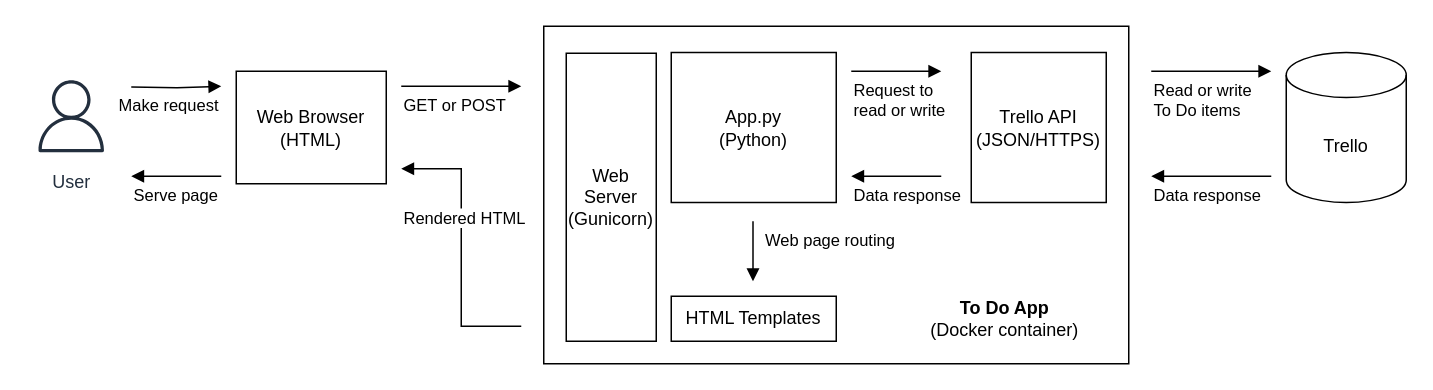
The draw.io diagram Container Diagram.drawio in ma7nas/DevOps-Course-Starter, before the edit. Source tidied: cells renumbered, new cells numbered last; positions are measured from the earlier drawing's top-left corner, leaving out a move shared by most shapes. Both pictures are drawn from the tidied source at 150%, with x=0, y=0 at pixel (26, 26).
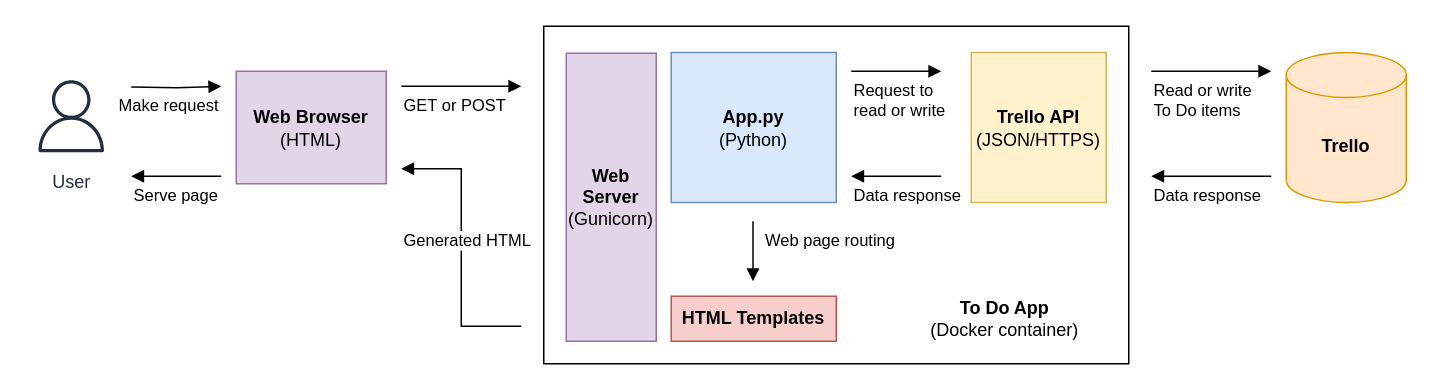
The same diagram, later.

Diff of the diagram source:
```diff
@@
-    <mxCell id="5" value="Trello" style="shape=cylinder3;whiteSpace=wrap;html=1;boundedLbl=1;backgroundOutline=1;size=15;" parent="1" vertex="1">
+    <mxCell id="5" value="&lt;b&gt;Trello&lt;/b&gt;" style="shape=cylinder3;whiteSpace=wrap;html=1;boundedLbl=1;backgroundOutline=1;size=15;fillColor=#ffe6cc;strokeColor=#d79b00;" parent="1" vertex="1">
       <mxGeometry x="840" y="17.5" width="80" height="100" as="geometry" />
     </mxCell>
-    <mxCell id="6" value="Web Browser (HTML)" style="rounded=0;whiteSpace=wrap;html=1;" parent="1" vertex="1">
+    <mxCell id="6" value="&lt;b&gt;Web Browser &lt;/b&gt;(HTML)" style="rounded=0;whiteSpace=wrap;html=1;fillColor=#e1d5e7;strokeColor=#9673a6;" parent="1" vertex="1">
       <mxGeometry x="140" y="30" width="100" height="75" as="geometry" />
     </mxCell>
@@
-    <mxCell id="8" value="Rendered HTML" style="endArrow=block;endFill=1;html=1;edgeStyle=orthogonalEdgeStyle;align=left;verticalAlign=top;rounded=0;" parent="1" edge="1">
-      <mxGeometry x="1" y="20" relative="1" as="geometry">
+    <mxCell id="8" value="Generated HTML" style="endArrow=block;endFill=1;html=1;edgeStyle=orthogonalEdgeStyle;align=left;verticalAlign=top;rounded=0;" parent="1" edge="1">
+      <mxGeometry x="1" y="35" relative="1" as="geometry">
         <mxPoint x="330" y="200" as="sourcePoint" />
         <mxPoint x="250" y="95" as="targetPoint" />
         <Array as="points">
           <mxPoint x="290" y="200" />
           <mxPoint x="290" y="95" />
         </Array>
       </mxGeometry>
     </mxCell>
@@
-    <mxCell id="11" value="HTML Templates" style="rounded=0;whiteSpace=wrap;html=1;" parent="1" vertex="1">
+    <mxCell id="11" value="&lt;b&gt;HTML Templates&lt;/b&gt;" style="rounded=0;whiteSpace=wrap;html=1;fillColor=#f8cecc;strokeColor=#b85450;" parent="1" vertex="1">
       <mxGeometry x="430" y="180" width="110" height="30" as="geometry" />
     </mxCell>
-    <mxCell id="12" value="Trello API&lt;br&gt;(JSON/HTTPS)" style="rounded=0;whiteSpace=wrap;html=1;" parent="1" vertex="1">
+    <mxCell id="12" value="&lt;b&gt;Trello API&lt;/b&gt;&lt;br&gt;(JSON/HTTPS)" style="rounded=0;whiteSpace=wrap;html=1;fillColor=#fff2cc;strokeColor=#d6b656;" parent="1" vertex="1">
       <mxGeometry x="630" y="17.5" width="90" height="100" as="geometry" />
     </mxCell>
-    <mxCell id="13" value="App.py&lt;br&gt;(Python)" style="rounded=0;whiteSpace=wrap;html=1;" parent="1" vertex="1">
+    <mxCell id="13" value="&lt;b&gt;App.py&lt;/b&gt;&lt;br&gt;(Python)" style="rounded=0;whiteSpace=wrap;html=1;fillColor=#dae8fc;strokeColor=#6c8ebf;" parent="1" vertex="1">
       <mxGeometry x="430" y="17.5" width="110" height="100" as="geometry" />
     </mxCell>
@@
-    <mxCell id="18" value="Web Server&lt;br&gt;(Gunicorn)" style="rounded=0;whiteSpace=wrap;html=1;" parent="1" vertex="1">
+    <mxCell id="18" value="&lt;b&gt;Web Server&lt;/b&gt;&lt;br&gt;(Gunicorn)" style="rounded=0;whiteSpace=wrap;html=1;fillColor=#e1d5e7;strokeColor=#9673a6;" parent="1" vertex="1">
       <mxGeometry x="360" y="18" width="60" height="192" as="geometry" />
     </mxCell>
```
